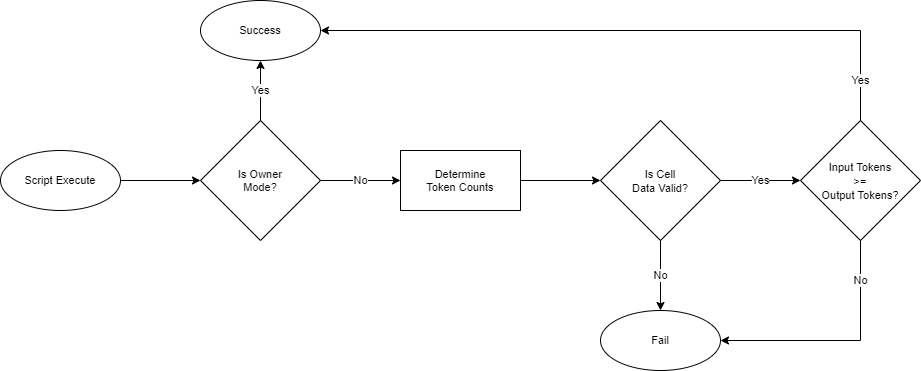
Above: .gitbook/assets/script-logic-flow.png in jordanmack/developer-training-course-documentation (draw.io), before the change. Source tidied: cells renumbered, new cells last; positions are measured from the earlier drawing's top-left corner, leaving out a move shared by most shapes. Source of this version:
```xml
<mxGraphModel>
  <root>
    <mxCell id="0" />
    <mxCell id="1" parent="0" />
    <mxCell id="2" style="edgeStyle=orthogonalEdgeStyle;rounded=0;jettySize=auto;html=1;entryX=0;entryY=0.5;entryDx=0;entryDy=0;" parent="1" edge="1" source="3" target="8">
      <mxGeometry relative="1" as="geometry" />
    </mxCell>
    <mxCell id="3" value="Script Execute" style="ellipse;whiteSpace=wrap;html=1;fontSize=11;" parent="1" vertex="1">
      <mxGeometry y="150" width="120" height="60" as="geometry" />
    </mxCell>
    <mxCell id="4" value="Fail" style="ellipse;whiteSpace=wrap;html=1;fontSize=11;" parent="1" vertex="1">
      <mxGeometry x="600" y="310" width="120" height="60" as="geometry" />
    </mxCell>
    <mxCell id="5" value="Success" style="ellipse;whiteSpace=wrap;html=1;fontSize=11;" parent="1" vertex="1">
      <mxGeometry x="200" width="120" height="60" as="geometry" />
    </mxCell>
    <mxCell id="6" value="Yes" style="edgeStyle=orthogonalEdgeStyle;rounded=0;jettySize=auto;html=1;entryX=0.5;entryY=1;entryDx=0;entryDy=0;" parent="1" edge="1" source="8" target="5">
      <mxGeometry relative="1" as="geometry" />
    </mxCell>
    <mxCell id="7" value="No" style="edgeStyle=orthogonalEdgeStyle;rounded=0;jettySize=auto;html=1;entryX=0;entryY=0.5;entryDx=0;entryDy=0;" parent="1" edge="1" source="8" target="10">
      <mxGeometry relative="1" as="geometry" />
    </mxCell>
    <mxCell id="8" value="Is Owner&lt;br style=&quot;font-size: 11px;&quot;&gt;Mode?" style="rhombus;whiteSpace=wrap;html=1;fontSize=11;" parent="1" vertex="1">
      <mxGeometry x="200" y="120" width="120" height="120" as="geometry" />
    </mxCell>
    <mxCell id="9" style="edgeStyle=orthogonalEdgeStyle;rounded=0;jettySize=auto;html=1;entryX=0;entryY=0.5;entryDx=0;entryDy=0;fontSize=11;" parent="1" edge="1" source="10" target="14">
      <mxGeometry relative="1" as="geometry" />
    </mxCell>
    <mxCell id="10" value="Determine&lt;br style=&quot;font-size: 11px;&quot;&gt;Token Counts" style="rounded=0;whiteSpace=wrap;html=1;fontSize=11;" parent="1" vertex="1">
      <mxGeometry x="400" y="150" width="120" height="60" as="geometry" />
    </mxCell>
    <mxCell id="11" value="Yes" style="edgeStyle=orthogonalEdgeStyle;rounded=0;jettySize=auto;html=1;entryX=1;entryY=0.5;entryDx=0;entryDy=0;fontSize=11;exitX=0.5;exitY=0;exitDx=0;exitDy=0;" parent="1" edge="1" source="16" target="5">
      <mxGeometry x="-0.87" relative="1" as="geometry">
        <Array as="points">
          <mxPoint x="860" y="30" />
        </Array>
      </mxGeometry>
    </mxCell>
    <mxCell id="12" value="No" style="edgeStyle=orthogonalEdgeStyle;rounded=0;jettySize=auto;html=1;entryX=0.5;entryY=0;entryDx=0;entryDy=0;fontSize=11;" parent="1" edge="1" source="14" target="4">
      <mxGeometry relative="1" as="geometry" />
    </mxCell>
    <mxCell id="13" value="Yes" style="edgeStyle=orthogonalEdgeStyle;rounded=0;jettySize=auto;html=1;entryX=0;entryY=0.5;entryDx=0;entryDy=0;" parent="1" edge="1" source="14" target="16">
      <mxGeometry relative="1" as="geometry" />
    </mxCell>
    <mxCell id="14" value="&lt;span style=&quot;font-size: 11px&quot;&gt;Is Cell&lt;br&gt;Data Valid?&lt;/span&gt;" style="rhombus;whiteSpace=wrap;html=1;" parent="1" vertex="1">
      <mxGeometry x="600" y="120" width="120" height="120" as="geometry" />
    </mxCell>
    <mxCell id="15" value="No" style="edgeStyle=orthogonalEdgeStyle;rounded=0;jettySize=auto;html=1;entryX=1;entryY=0.5;entryDx=0;entryDy=0;" parent="1" edge="1" source="16" target="4">
      <mxGeometry x="-0.67" relative="1" as="geometry">
        <Array as="points">
          <mxPoint x="860" y="340" />
        </Array>
      </mxGeometry>
    </mxCell>
    <mxCell id="16" value="&lt;font style=&quot;font-size: 11px&quot;&gt;Input Tokens&lt;br&gt;&amp;gt;=&lt;br&gt;Output Tokens?&lt;/font&gt;" style="rhombus;whiteSpace=wrap;html=1;" parent="1" vertex="1">
      <mxGeometry x="800" y="120" width="120" height="120" as="geometry" />
    </mxCell>
  </root>
</mxGraphModel>
```
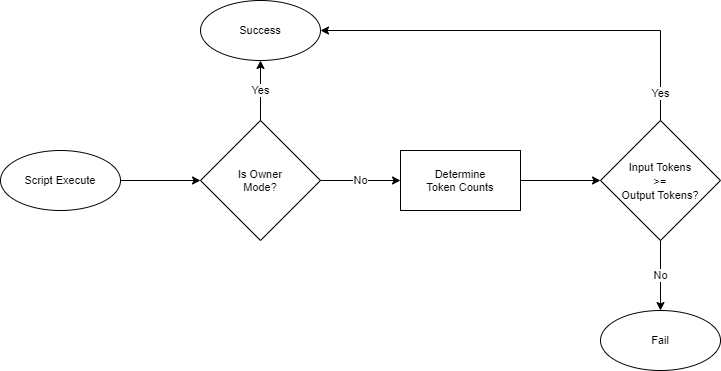
After the commit.

Commit message:
GitBook: [master] one page and one asset modified

The edit, as a diff of the source:
```diff
@@ -29,31 +29,18 @@
     <mxCell id="10" value="Determine&lt;br style=&quot;font-size: 11px;&quot;&gt;Token Counts" style="rounded=0;whiteSpace=wrap;html=1;fontSize=11;" parent="1" vertex="1">
       <mxGeometry x="400" y="150" width="120" height="60" as="geometry" />
     </mxCell>
-    <mxCell id="11" value="Yes" style="edgeStyle=orthogonalEdgeStyle;rounded=0;jettySize=auto;html=1;entryX=1;entryY=0.5;entryDx=0;entryDy=0;fontSize=11;exitX=0.5;exitY=0;exitDx=0;exitDy=0;" parent="1" edge="1" source="16" target="5">
+    <mxCell id="11" value="Yes" style="edgeStyle=orthogonalEdgeStyle;rounded=0;jettySize=auto;html=1;entryX=1;entryY=0.5;entryDx=0;entryDy=0;fontSize=11;exitX=0.5;exitY=0;exitDx=0;exitDy=0;" parent="1" edge="1" source="14" target="5">
       <mxGeometry x="-0.87" relative="1" as="geometry">
         <Array as="points">
-          <mxPoint x="860" y="30" />
+          <mxPoint x="660" y="30" />
         </Array>
       </mxGeometry>
     </mxCell>
     <mxCell id="12" value="No" style="edgeStyle=orthogonalEdgeStyle;rounded=0;jettySize=auto;html=1;entryX=0.5;entryY=0;entryDx=0;entryDy=0;fontSize=11;" parent="1" edge="1" source="14" target="4">
       <mxGeometry relative="1" as="geometry" />
     </mxCell>
-    <mxCell id="13" value="Yes" style="edgeStyle=orthogonalEdgeStyle;rounded=0;jettySize=auto;html=1;entryX=0;entryY=0.5;entryDx=0;entryDy=0;" parent="1" edge="1" source="14" target="16">
-      <mxGeometry relative="1" as="geometry" />
-    </mxCell>
-    <mxCell id="14" value="&lt;span style=&quot;font-size: 11px&quot;&gt;Is Cell&lt;br&gt;Data Valid?&lt;/span&gt;" style="rhombus;whiteSpace=wrap;html=1;" parent="1" vertex="1">
+    <mxCell id="14" value="&lt;span style=&quot;font-size: 11px&quot;&gt;Input Tokens&lt;/span&gt;&lt;br style=&quot;font-size: 11px&quot;&gt;&lt;span style=&quot;font-size: 11px&quot;&gt;&amp;gt;=&lt;/span&gt;&lt;br style=&quot;font-size: 11px&quot;&gt;&lt;span style=&quot;font-size: 11px&quot;&gt;Output Tokens?&lt;/span&gt;" style="rhombus;whiteSpace=wrap;html=1;" parent="1" vertex="1">
       <mxGeometry x="600" y="120" width="120" height="120" as="geometry" />
     </mxCell>
-    <mxCell id="15" value="No" style="edgeStyle=orthogonalEdgeStyle;rounded=0;jettySize=auto;html=1;entryX=1;entryY=0.5;entryDx=0;entryDy=0;" parent="1" edge="1" source="16" target="4">
-      <mxGeometry x="-0.67" relative="1" as="geometry">
-        <Array as="points">
-          <mxPoint x="860" y="340" />
-        </Array>
-      </mxGeometry>
-    </mxCell>
-    <mxCell id="16" value="&lt;font style=&quot;font-size: 11px&quot;&gt;Input Tokens&lt;br&gt;&amp;gt;=&lt;br&gt;Output Tokens?&lt;/font&gt;" style="rhombus;whiteSpace=wrap;html=1;" parent="1" vertex="1">
-      <mxGeometry x="800" y="120" width="120" height="120" as="geometry" />
-    </mxCell>
   </root>
 </mxGraphModel>
```
